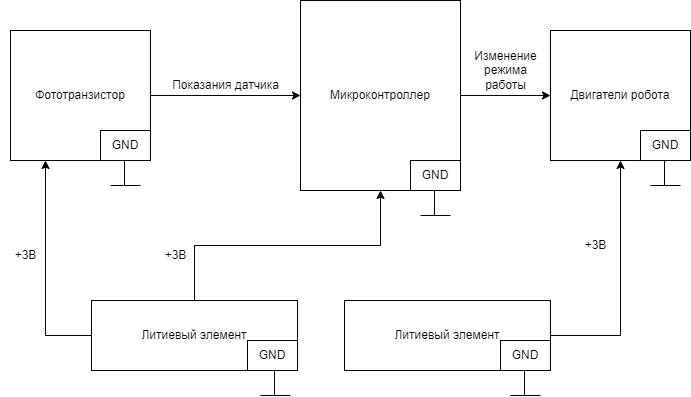
Above: Cхемыч.png in IlyaFedoseev227/LABS-PNRPU-IVT-22-1b (draw.io), before the change. Source tidied: cells renumbered, new cells last; positions are measured from the earlier drawing's top-left corner, leaving out a move shared by most shapes.
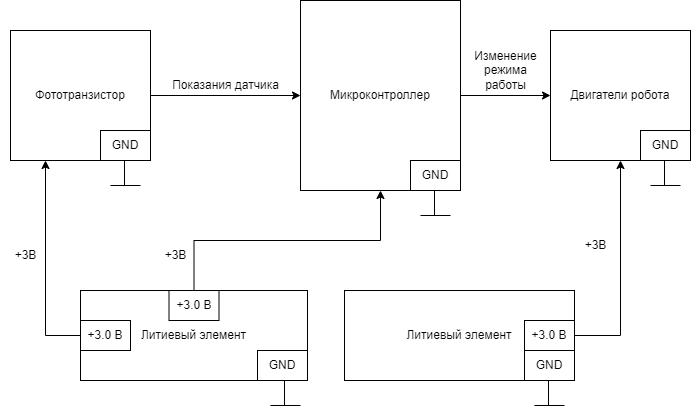
The same file after the commit.

Diff of the diagram source:
```diff
@@ -9,7 +9,7 @@
       <mxGeometry relative="1" as="geometry" />
     </mxCell>
     <mxCell id="4" value="Литиевый элемент" style="rounded=0;whiteSpace=wrap;html=1;" parent="1" vertex="1">
-      <mxGeometry x="91" y="300" width="206" height="70" as="geometry" />
+      <mxGeometry x="80" y="290" width="227" height="90" as="geometry" />
     </mxCell>
     <mxCell id="5" style="edgeStyle=orthogonalEdgeStyle;rounded=0;jettySize=auto;html=1;exitX=1;exitY=0.5;exitDx=0;exitDy=0;entryX=0;entryY=0.5;entryDx=0;entryDy=0;" parent="1" edge="1" source="6" target="9">
       <mxGeometry relative="1" as="geometry" />
@@ -30,30 +30,30 @@
       <mxGeometry relative="1" as="geometry" />
     </mxCell>
     <mxCell id="11" value="Литиевый элемент" style="rounded=0;whiteSpace=wrap;html=1;" parent="1" vertex="1">
-      <mxGeometry x="344" y="300" width="206" height="70" as="geometry" />
+      <mxGeometry x="344" y="290" width="230" height="90" as="geometry" />
     </mxCell>
     <mxCell id="12" style="endArrow=none;html=1;rounded=0;" parent="1" edge="1">
       <mxGeometry relative="1" as="geometry">
-        <mxPoint x="274" y="395" as="sourcePoint" />
-        <mxPoint x="274" y="370" as="targetPoint" />
+        <mxPoint x="284" y="405" as="sourcePoint" />
+        <mxPoint x="284" y="380" as="targetPoint" />
       </mxGeometry>
     </mxCell>
     <mxCell id="13" style="endArrow=none;html=1;rounded=0;" parent="1" edge="1">
       <mxGeometry relative="1" as="geometry">
-        <mxPoint x="260" y="395" as="sourcePoint" />
-        <mxPoint x="290" y="395" as="targetPoint" />
+        <mxPoint x="270" y="405" as="sourcePoint" />
+        <mxPoint x="300" y="405" as="targetPoint" />
       </mxGeometry>
     </mxCell>
     <mxCell id="14" style="endArrow=none;html=1;rounded=0;" parent="1" edge="1">
       <mxGeometry relative="1" as="geometry">
-        <mxPoint x="524" y="395" as="sourcePoint" />
-        <mxPoint x="524" y="370" as="targetPoint" />
+        <mxPoint x="548" y="405" as="sourcePoint" />
+        <mxPoint x="548" y="380" as="targetPoint" />
       </mxGeometry>
     </mxCell>
     <mxCell id="15" style="endArrow=none;html=1;rounded=0;" parent="1" edge="1">
       <mxGeometry relative="1" as="geometry">
-        <mxPoint x="510" y="395" as="sourcePoint" />
-        <mxPoint x="540" y="395" as="targetPoint" />
+        <mxPoint x="534" y="405" as="sourcePoint" />
+        <mxPoint x="564" y="405" as="targetPoint" />
       </mxGeometry>
     </mxCell>
     <mxCell id="16" style="endArrow=none;html=1;rounded=0;" parent="1" edge="1">
@@ -111,7 +111,7 @@
       <mxGeometry x="100" y="130" width="50" height="30" as="geometry" />
     </mxCell>
     <mxCell id="28" value="GND" style="rounded=0;whiteSpace=wrap;html=1;" parent="1" vertex="1">
-      <mxGeometry x="247" y="340" width="50" height="30" as="geometry" />
+      <mxGeometry x="257" y="350" width="50" height="30" as="geometry" />
     </mxCell>
     <mxCell id="29" value="GND" style="rounded=0;whiteSpace=wrap;html=1;" parent="1" vertex="1">
       <mxGeometry x="410" y="160" width="50" height="30" as="geometry" />
@@ -120,7 +120,16 @@
       <mxGeometry x="640" y="130" width="50" height="30" as="geometry" />
     </mxCell>
     <mxCell id="31" value="GND" style="rounded=0;whiteSpace=wrap;html=1;" parent="1" vertex="1">
-      <mxGeometry x="500" y="340" width="50" height="30" as="geometry" />
+      <mxGeometry x="524" y="350" width="50" height="30" as="geometry" />
     </mxCell>
+    <mxCell id="32" value="+3.0 B" style="rounded=0;whiteSpace=wrap;html=1;" parent="1" vertex="1">
+      <mxGeometry x="168.5" y="290" width="50" height="30" as="geometry" />
+    </mxCell>
+    <mxCell id="33" value="+3.0 B" style="rounded=0;whiteSpace=wrap;html=1;" parent="1" vertex="1">
+      <mxGeometry x="80" y="320" width="50" height="30" as="geometry" />
+    </mxCell>
+    <mxCell id="34" value="+3.0 B" style="rounded=0;whiteSpace=wrap;html=1;" parent="1" vertex="1">
+      <mxGeometry x="524" y="320" width="50" height="30" as="geometry" />
+    </mxCell>
   </root>
 </mxGraphModel>
```
